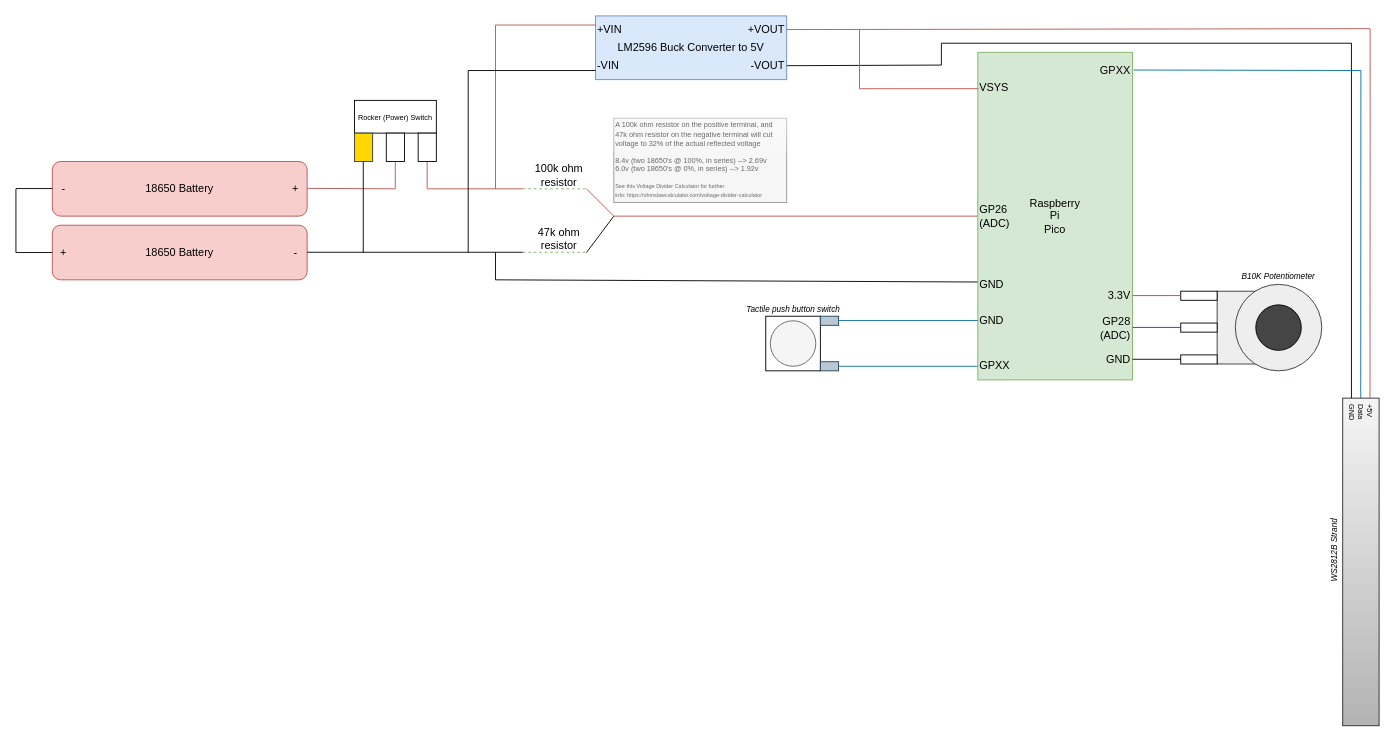
Above: schematic.drawio in TimHanewich/under-cabinet-lighting (draw.io), before the change. Source tidied: cells renumbered, new cells numbered last; positions are measured from the earlier drawing's top-left corner, leaving out a move shared by most shapes. Both pictures are drawn from the tidied source at 91%, with x=0, y=0 at pixel (15, 15).
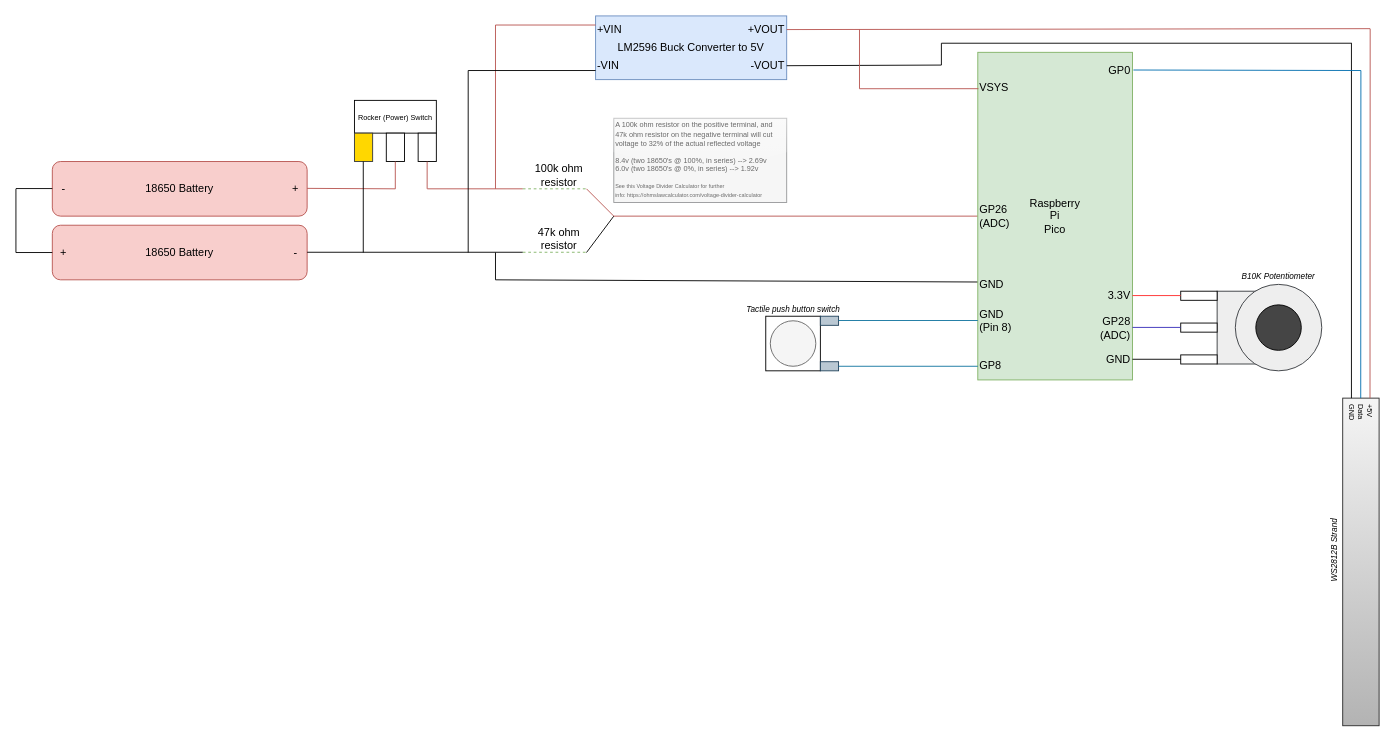
The same page after the edit.

Diff of the diagram source:
```diff
@@
-    <mxCell id="50" value="GPXX" style="text;html=1;align=right;verticalAlign=middle;whiteSpace=wrap;rounded=0;" parent="1" vertex="1">
+    <mxCell id="50" value="GP0" style="text;html=1;align=right;verticalAlign=middle;whiteSpace=wrap;rounded=0;" parent="1" vertex="1">
       <mxGeometry x="1167" y="45" width="60" height="30" as="geometry" />
     </mxCell>
@@
-    <mxCell id="57" value="GND" style="text;html=1;align=left;verticalAlign=middle;whiteSpace=wrap;rounded=0;" parent="1" vertex="1">
-      <mxGeometry x="1057" y="320" width="60" height="30" as="geometry" />
+    <mxCell id="57" value="GND (Pin 8)" style="text;html=1;align=left;verticalAlign=middle;whiteSpace=wrap;rounded=0;" parent="1" vertex="1">
+      <mxGeometry x="1057" y="320" width="50" height="30" as="geometry" />
     </mxCell>
-    <mxCell id="58" value="GPXX" style="text;html=1;align=left;verticalAlign=middle;whiteSpace=wrap;rounded=0;" parent="1" vertex="1">
+    <mxCell id="58" value="GP8" style="text;html=1;align=left;verticalAlign=middle;whiteSpace=wrap;rounded=0;" parent="1" vertex="1">
       <mxGeometry x="1057" y="370" width="60" height="30" as="geometry" />
     </mxCell>
```
